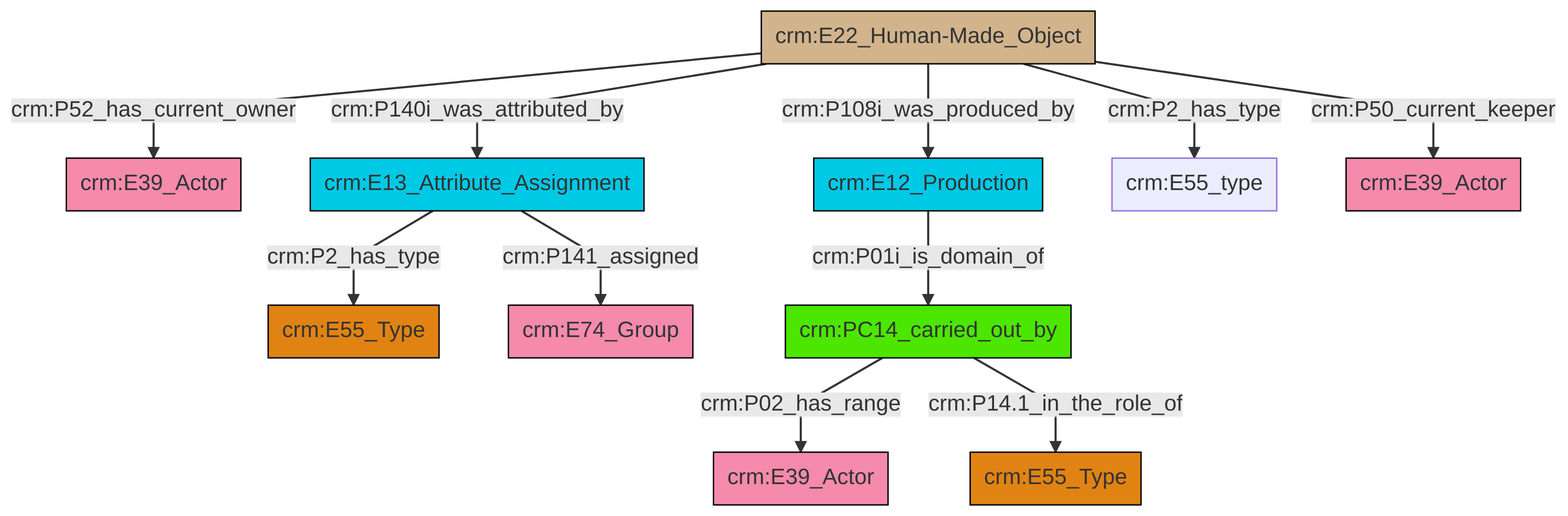
This is et/artworkCSV/ttl/mmd/png/Artwork_Actor_Relations.png from swiss-art-research-net/docs.swissartresearch, a Mermaid export, as it was before one commit. Its source is kept beside it as et/artworkCSV/ttl/mmd/Artwork_Actor_Relations.ttl.mmd.
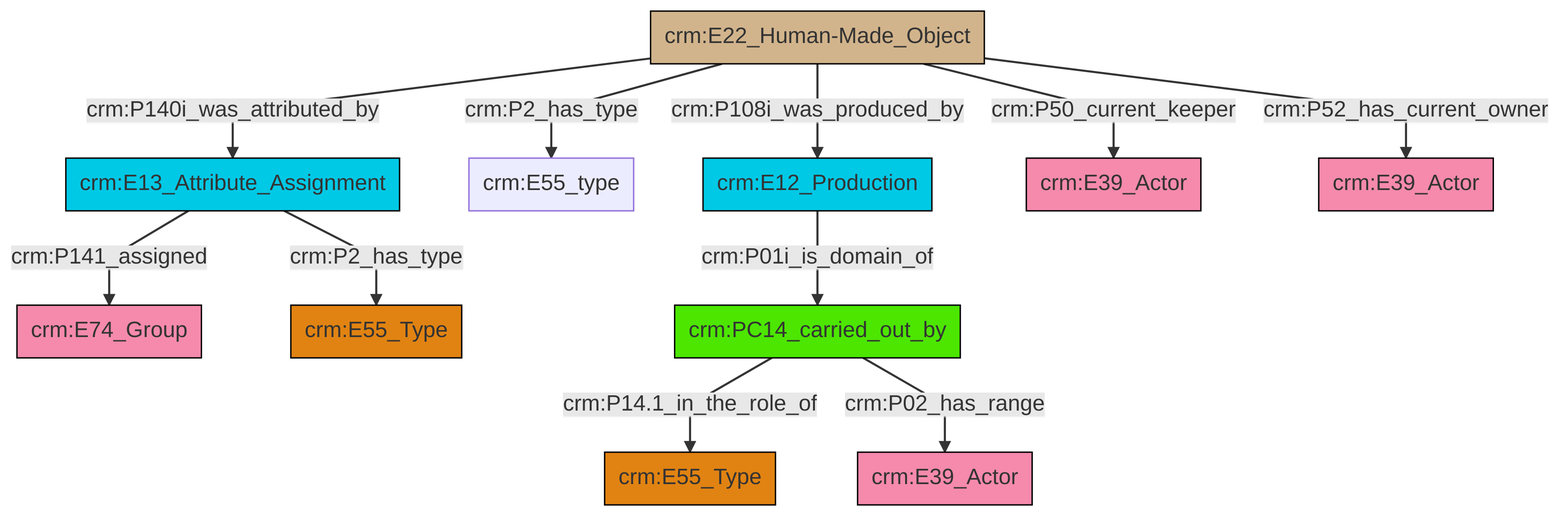
The same file after the commit.

Diff of the diagram source:
```diff
@@ -13,13 +13,13 @@
 classDef PC_Classes fill:#4ce600, stroke:#000000;
 classDef Multi fill:#cccccc,stroke:#000000;
 
-2["crm:E13_Attribute_Assignment"]:::Temporal_Entity -->|crm:P2_has_type| 0["crm:E55_Type"]:::Type
-4["crm:PC14_carried_out_by"]:::PC_Classes -->|crm:P02_has_range| 5["crm:E39_Actor"]:::Actor
-10["crm:E22_Human-Made_Object"]:::Physical_Thing -->|crm:P52_has_current_owner| 11["crm:E39_Actor"]:::Actor
-8["crm:E12_Production"]:::Temporal_Entity -->|crm:P01i_is_domain_of| 4["crm:PC14_carried_out_by"]:::PC_Classes
-10["crm:E22_Human-Made_Object"]:::Physical_Thing -->|crm:P140i_was_attributed_by| 2["crm:E13_Attribute_Assignment"]:::Temporal_Entity
-10["crm:E22_Human-Made_Object"]:::Physical_Thing -->|crm:P108i_was_produced_by| 8["crm:E12_Production"]:::Temporal_Entity
-2["crm:E13_Attribute_Assignment"]:::Temporal_Entity -->|crm:P141_assigned| 16["crm:E74_Group"]:::Actor
-10["crm:E22_Human-Made_Object"]:::Physical_Thing -->|crm:P2_has_type| 17["crm:E55_type"]:::Default
-10["crm:E22_Human-Made_Object"]:::Physical_Thing -->|crm:P50_current_keeper| 6["crm:E39_Actor"]:::Actor
-4["crm:PC14_carried_out_by"]:::PC_Classes -->|crm:P14.1_in_the_role_of| 19["crm:E55_Type"]:::Type
+0["crm:E13_Attribute_Assignment"]:::Temporal_Entity -->|crm:P141_assigned| 1["crm:E74_Group"]:::Actor
+2["crm:E22_Human-Made_Object"]:::Physical_Thing -->|crm:P140i_was_attributed_by| 0["crm:E13_Attribute_Assignment"]:::Temporal_Entity
+2["crm:E22_Human-Made_Object"]:::Physical_Thing -->|crm:P2_has_type| 3["crm:E55_type"]:::Default
+9["crm:E12_Production"]:::Temporal_Entity -->|crm:P01i_is_domain_of| 10["crm:PC14_carried_out_by"]:::PC_Classes
+10["crm:PC14_carried_out_by"]:::PC_Classes -->|crm:P14.1_in_the_role_of| 13["crm:E55_Type"]:::Type
+10["crm:PC14_carried_out_by"]:::PC_Classes -->|crm:P02_has_range| 4["crm:E39_Actor"]:::Actor
+2["crm:E22_Human-Made_Object"]:::Physical_Thing -->|crm:P108i_was_produced_by| 9["crm:E12_Production"]:::Temporal_Entity
+0["crm:E13_Attribute_Assignment"]:::Temporal_Entity -->|crm:P2_has_type| 11["crm:E55_Type"]:::Type
+2["crm:E22_Human-Made_Object"]:::Physical_Thing -->|crm:P50_current_keeper| 7["crm:E39_Actor"]:::Actor
+2["crm:E22_Human-Made_Object"]:::Physical_Thing -->|crm:P52_has_current_owner| 20["crm:E39_Actor"]:::Actor
```
